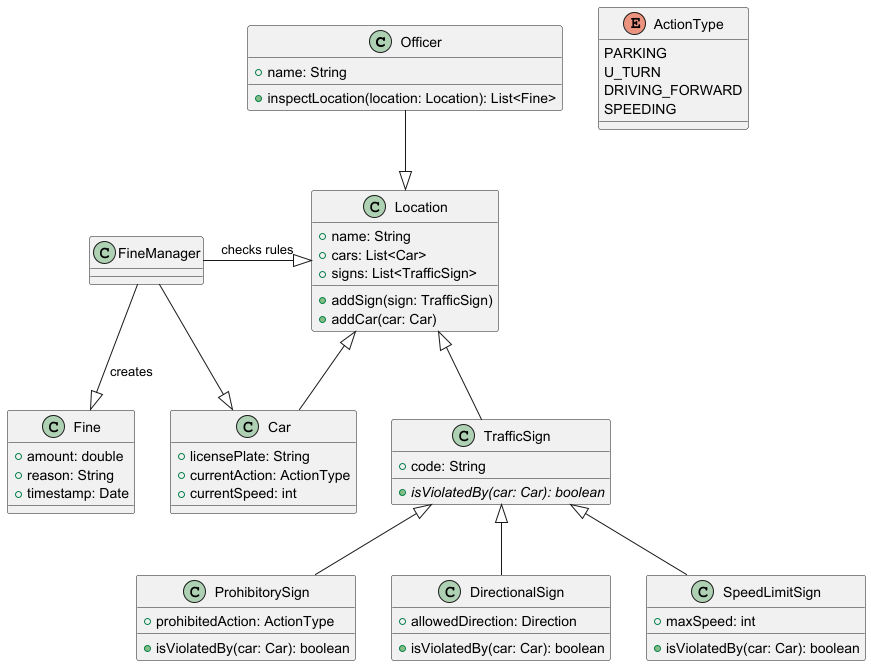
Earlier version of the PlantUML export PrstupkyDopravni.png (MujPrvniGutHib/OPR2-REPO). Its diagram source:
```plantuml
@startuml



    class Officer {
        + name: String
        + inspectLocation(location: Location): List<Fine>
    }

    class Location {
        + name: String
        + cars: List<Car>
        + signs: List<TrafficSign>
        + addSign(sign: TrafficSign)
        + addCar(car: Car)
    }

    class TrafficSign {
        + code: String
        + {abstract} isViolatedBy(car: Car): boolean
    }

    class ProhibitorySign {
        + prohibitedAction: ActionType
        + isViolatedBy(car: Car): boolean
    }

    class DirectionalSign {
        + allowedDirection: Direction
        + isViolatedBy(car: Car): boolean
    }

    class SpeedLimitSign {
        + maxSpeed: int
        + isViolatedBy(car: Car): boolean
    }

    class Car {
        + licensePlate: String
        + currentAction: ActionType
        + currentSpeed: int
    }

    enum ActionType {
        PARKING
        U_TURN
        DRIVING_FORWARD
        SPEEDING
    }

    class Fine {
        + amount: double
        + reason: String
        + timestamp: Date
    }

    Officer --|> Location
    Location <|-- TrafficSign
    Location <|-- Car
    TrafficSign <|-- ProhibitorySign
    TrafficSign <|-- DirectionalSign
    TrafficSign <|-- SpeedLimitSign
    FineManager --|> Fine : creates
    FineManager --|> Car
    FineManager -|> Location : checks rules


@enduml
```
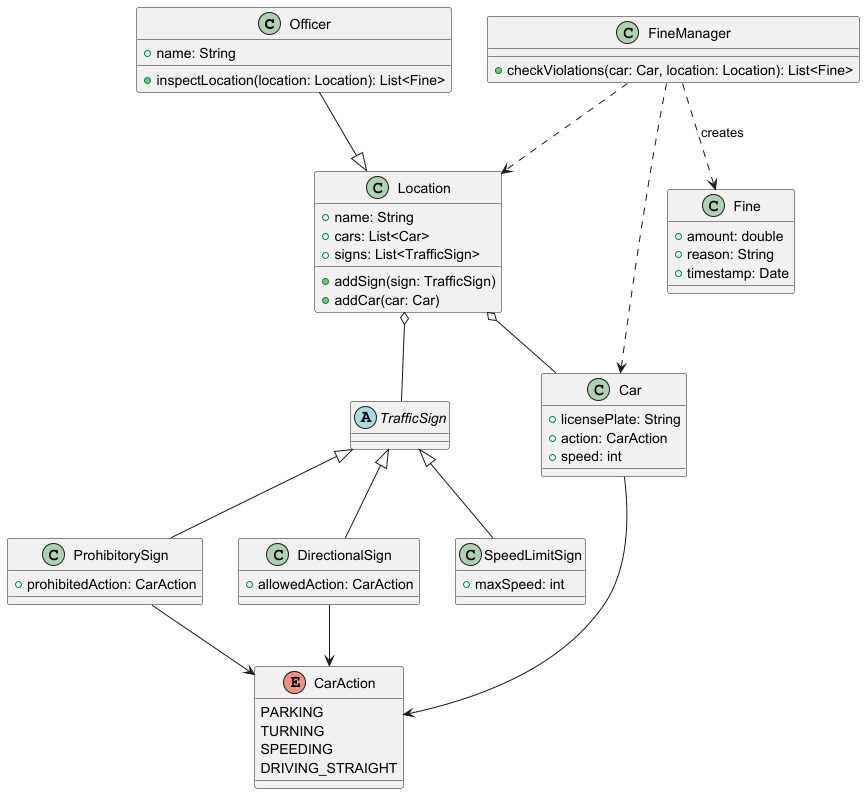
Above is the later version.

What changed in the source:
```diff
@@ -1,6 +1,4 @@
 @startuml
-
-
 
     class Officer {
         + name: String
@@ -15,37 +13,32 @@
         + addCar(car: Car)
     }
 
-    class TrafficSign {
-        + code: String
-        + {abstract} isViolatedBy(car: Car): boolean
+    abstract class TrafficSign {
     }
 
     class ProhibitorySign {
-        + prohibitedAction: ActionType
-        + isViolatedBy(car: Car): boolean
+        + prohibitedAction: CarAction
     }
 
     class DirectionalSign {
-        + allowedDirection: Direction
-        + isViolatedBy(car: Car): boolean
+        + allowedAction: CarAction
     }
 
     class SpeedLimitSign {
         + maxSpeed: int
-        + isViolatedBy(car: Car): boolean
     }
 
     class Car {
         + licensePlate: String
-        + currentAction: ActionType
-        + currentSpeed: int
+        + action: CarAction
+        + speed: int
     }
 
-    enum ActionType {
+    enum CarAction {
         PARKING
-        U_TURN
-        DRIVING_FORWARD
+        TURNING
         SPEEDING
+        DRIVING_STRAIGHT
     }
 
     class Fine {
@@ -54,15 +47,23 @@
         + timestamp: Date
     }
 
+    class FineManager {
+        + checkViolations(car: Car, location: Location): List<Fine>
+    }
+
     Officer --|> Location
-    Location <|-- TrafficSign
-    Location <|-- Car
+    Location o-- Car
+    Location o-- TrafficSign
     TrafficSign <|-- ProhibitorySign
     TrafficSign <|-- DirectionalSign
     TrafficSign <|-- SpeedLimitSign
-    FineManager --|> Fine : creates
-    FineManager --|> Car
-    FineManager -|> Location : checks rules
 
+    FineManager ..> Fine : creates
+    FineManager ..> Car
+    FineManager ..> Location
+
+    Car --> CarAction
+    ProhibitorySign --> CarAction
+    DirectionalSign --> CarAction
 
 @enduml
```
